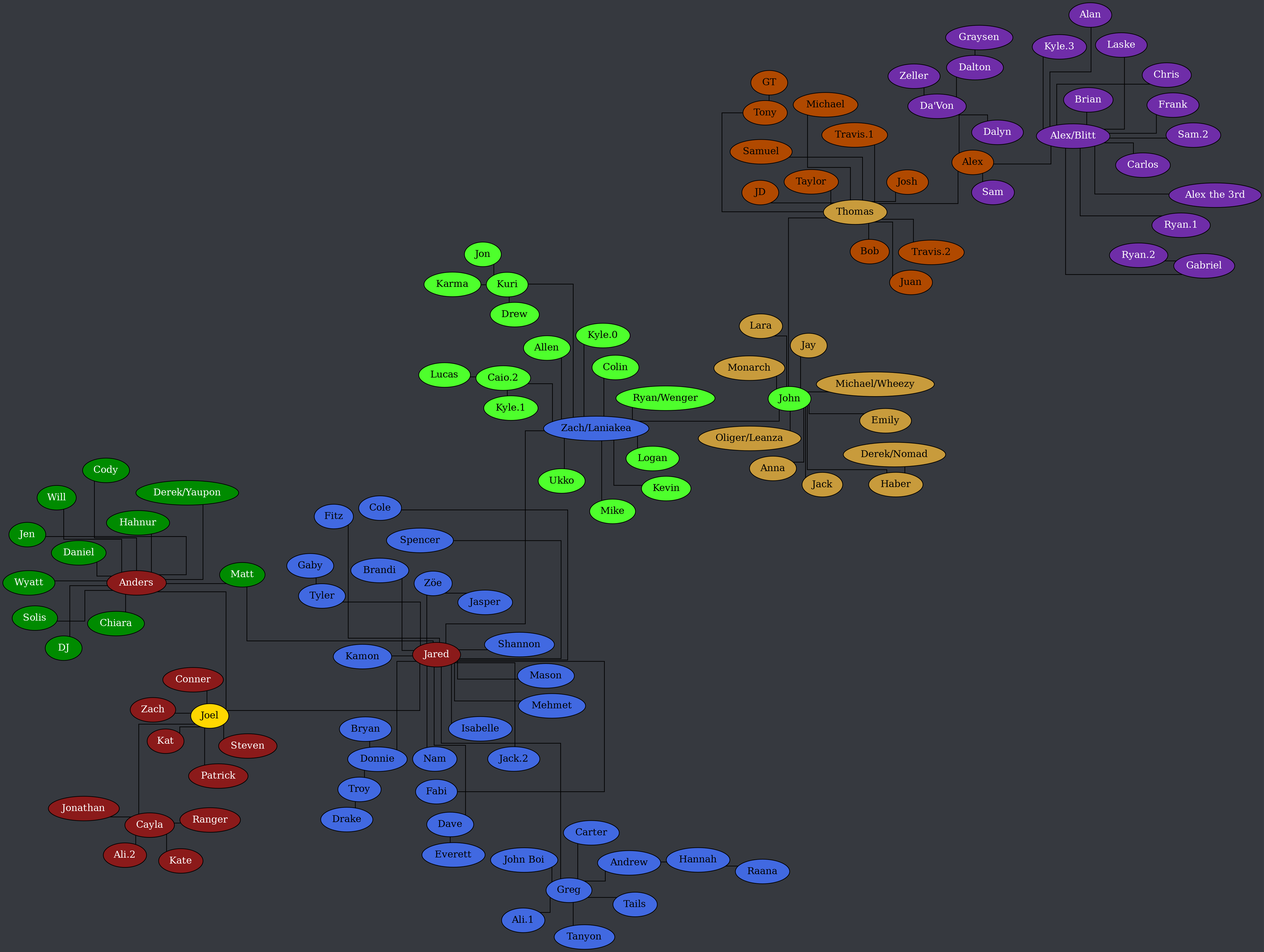
The Graphviz diagram tree.png in Documidas/CoronaCatzFamilyTree, before a commit. Its source is kept beside it as tree.dot.
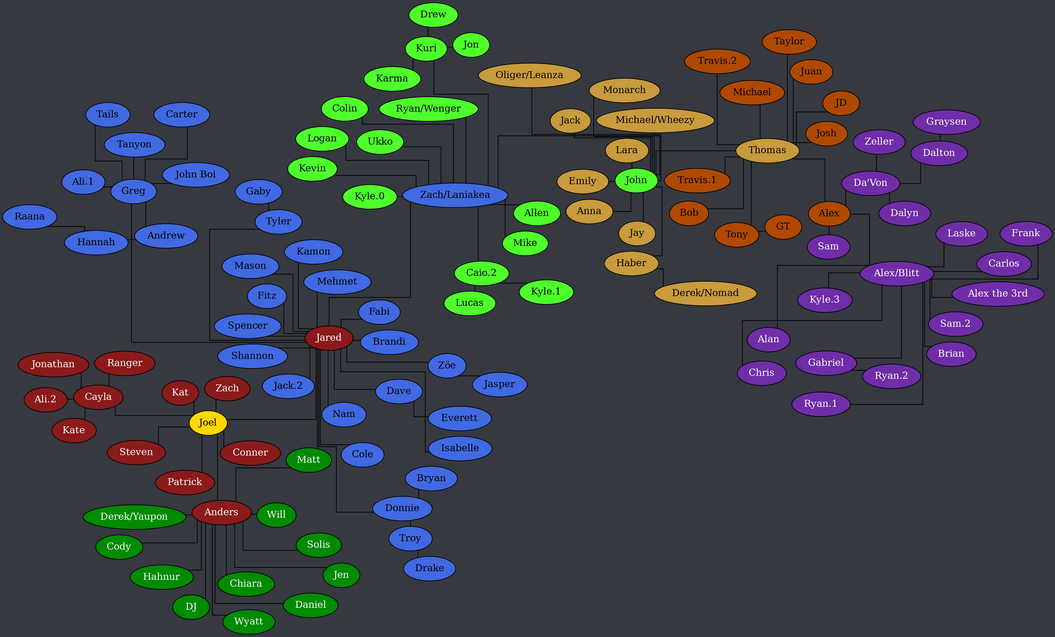
The same diagram one commit later.

Change to the diagram source:
```diff
@@ -134,7 +134,6 @@
 		Thomas -- Josh;
 		Thomas -- Juan;
 		Thomas -- Michael;
-		Thomas -- "Samuel";
 		Thomas -- Taylor;
 		Thomas -- Tony;
 		Thomas -- "Travis.1";
```
